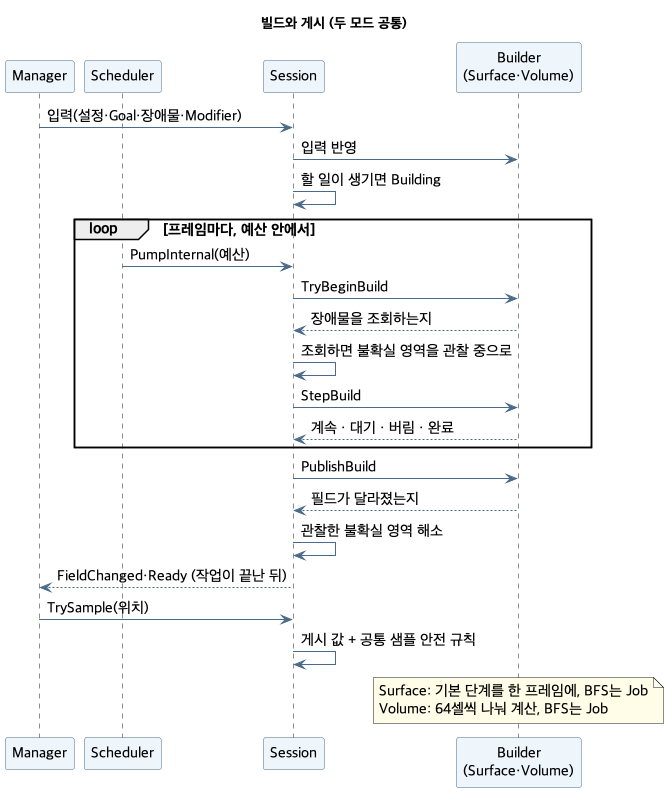
Earlier version of the PlantUML export ToyProject/Assets/_FlowField/Docs/Images/flowfield-pipeline.png (youwonsock/tool-unity-editor).
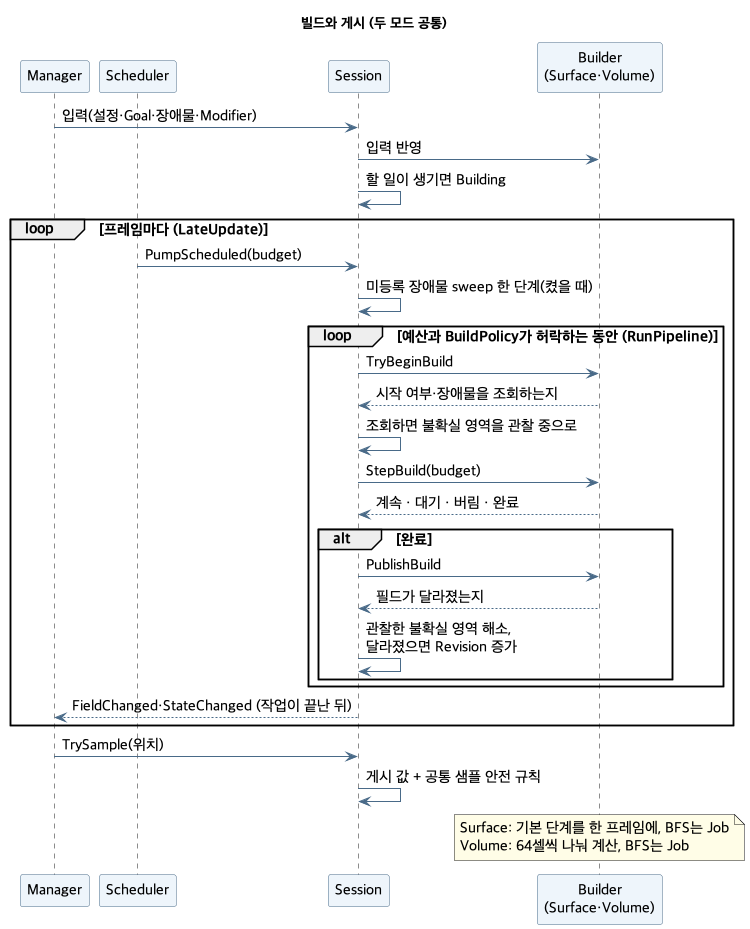
Above is the later version.

What changed in the source:
```diff
@@ -16,18 +16,23 @@
 M -> S : 입력(설정·Goal·장애물·Modifier)
 S -> B : 입력 반영
 S -> S : 할 일이 생기면 Building
-loop 프레임마다, 예산 안에서
-  Q -> S : PumpInternal(예산)
-  S -> B : TryBeginBuild
-  B --> S : 장애물을 조회하는지
-  S -> S : 조회하면 불확실 영역을 관찰 중으로
-  S -> B : StepBuild
-  B --> S : 계속 · 대기 · 버림 · 완료
+loop 프레임마다 (LateUpdate)
+  Q -> S : PumpScheduled(budget)
+  S -> S : 미등록 장애물 sweep 한 단계(켰을 때)
+  loop 예산과 BuildPolicy가 허락하는 동안 (RunPipeline)
+    S -> B : TryBeginBuild
+    B --> S : 시작 여부·장애물을 조회하는지
+    S -> S : 조회하면 불확실 영역을 관찰 중으로
+    S -> B : StepBuild(budget)
+    B --> S : 계속 · 대기 · 버림 · 완료
+    alt 완료
+      S -> B : PublishBuild
+      B --> S : 필드가 달라졌는지
+      S -> S : 관찰한 불확실 영역 해소,\n달라졌으면 Revision 증가
+    end
+  end
+  S --> M : FieldChanged·StateChanged (작업이 끝난 뒤)
 end
-S -> B : PublishBuild
-B --> S : 필드가 달라졌는지
-S -> S : 관찰한 불확실 영역 해소
-S --> M : FieldChanged·Ready (작업이 끝난 뒤)
 M -> S : TrySample(위치)
 S -> S : 게시 값 + 공통 샘플 안전 규칙
 note over B
```
